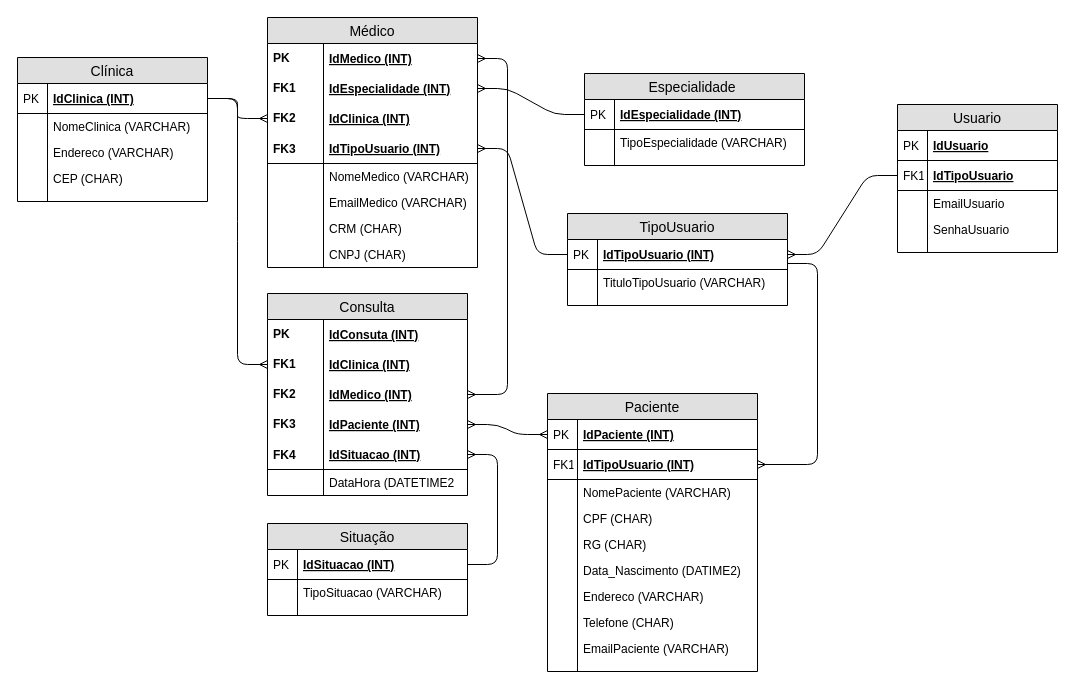
Above: page "Lógico" (2 of 2) of Modelagem/SPMed.drawio in Matheus-Nasci/SENAI_SPMedGroup_Sprint1-BD-Tarde-MatheusNascimento (draw.io), before the change. Source tidied: cells renumbered, new cells numbered last; positions are measured from the earlier drawing's top-left corner, leaving out a move shared by most shapes. Both pictures are drawn from the tidied source at 100%, with x=0, y=0 at pixel (17, 17).
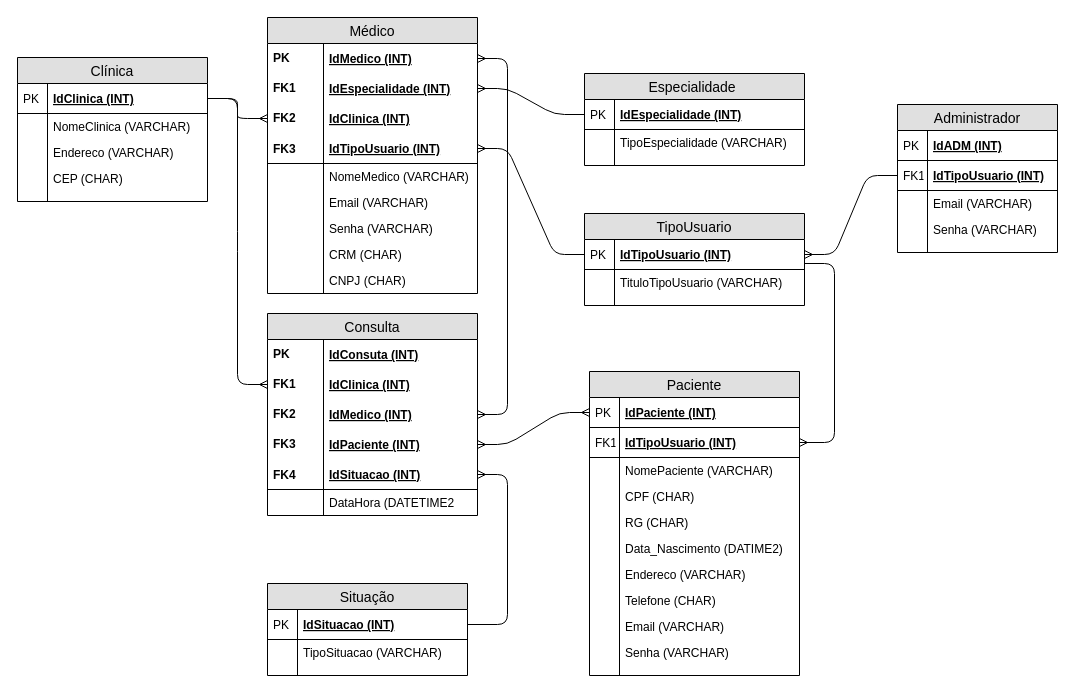
Above is the later version.

Unchanged cells that the change refers to:
```xml
<mxCell id="14" value="IdTipoUsuario (INT)" style="shape=partialRectangle;top=0;left=0;right=0;bottom=1;align=left;verticalAlign=middle;fillColor=none;spacingLeft=34;spacingRight=4;overflow=hidden;points=[[0,0.5],[1,0.5]];portConstraint=eastwest;fontStyle=5;fontSize=12;" parent="13" vertex="1">
  <mxGeometry y="26" width="220" height="30" as="geometry" />
</mxCell>
<mxCell id="23" value="IdTipoUsuario (INT)" style="shape=partialRectangle;top=0;left=0;right=0;bottom=1;align=left;verticalAlign=middle;fillColor=none;spacingLeft=34;spacingRight=4;overflow=hidden;points=[[0,0.5],[1,0.5]];portConstraint=eastwest;fontStyle=5;fontSize=12;" parent="20" vertex="1">
  <mxGeometry y="56" width="210" height="30" as="geometry" />
</mxCell>
```

The edit, as a diff of the source:
```diff
@@
     <mxCell id="13" value="TipoUsuario" style="swimlane;fontStyle=0;horizontal=1;startSize=26;fillColor=#e0e0e0;swimlaneFillColor=#ffffff;align=center;fontSize=14;" parent="1" vertex="1">
-      <mxGeometry x="550" y="196" width="220" height="92" as="geometry" />
+      <mxGeometry x="567" y="196" width="220" height="92" as="geometry" />
     </mxCell>
@@
     <mxCell id="20" value="Paciente" style="swimlane;fontStyle=0;horizontal=1;startSize=26;fillColor=#e0e0e0;swimlaneFillColor=#ffffff;align=center;fontSize=14;" parent="1" vertex="1">
-      <mxGeometry x="530" y="376" width="210" height="278" as="geometry" />
+      <mxGeometry x="572" y="354" width="210" height="304" as="geometry" />
     </mxCell>
@@
-    <mxCell id="37" value="EmailPaciente (VARCHAR)" style="shape=partialRectangle;top=0;left=0;right=0;bottom=0;align=left;verticalAlign=top;fillColor=none;spacingLeft=34;spacingRight=4;overflow=hidden;fontSize=12;" parent="20" vertex="1">
+    <mxCell id="37" value="Email (VARCHAR)" style="shape=partialRectangle;top=0;left=0;right=0;bottom=0;align=left;verticalAlign=top;fillColor=none;spacingLeft=34;spacingRight=4;overflow=hidden;fontSize=12;" parent="20" vertex="1">
       <mxGeometry y="242" width="210" height="26" as="geometry" />
     </mxCell>
@@
+    <mxCell id="105" value="Senha (VARCHAR)" style="shape=partialRectangle;top=0;left=0;right=0;bottom=0;align=left;verticalAlign=top;fillColor=none;spacingLeft=34;spacingRight=4;overflow=hidden;fontSize=12;" parent="20" vertex="1">
+      <mxGeometry y="268" width="210" height="26" as="geometry" />
+    </mxCell>
+    <mxCell id="106" style="shape=partialRectangle;top=0;left=0;bottom=0;fillColor=none;align=left;verticalAlign=top;spacingLeft=4;spacingRight=4;overflow=hidden;fontSize=12;" parent="105" vertex="1">
+      <mxGeometry width="30" height="26" as="geometry" />
+    </mxCell>
     <mxCell id="39" style="shape=partialRectangle;top=0;left=0;right=0;bottom=0;align=left;verticalAlign=top;fillColor=none;spacingLeft=34;spacingRight=4;overflow=hidden;fontSize=12;" parent="20" vertex="1">
-      <mxGeometry y="268" width="210" height="10" as="geometry" />
+      <mxGeometry y="294" width="210" height="10" as="geometry" />
     </mxCell>
@@
     <mxCell id="41" value="Médico" style="swimlane;fontStyle=0;horizontal=1;startSize=26;fillColor=#e0e0e0;swimlaneFillColor=#ffffff;align=center;fontSize=14;" parent="1" vertex="1">
-      <mxGeometry x="250" width="210" height="250" as="geometry" />
+      <mxGeometry x="250" width="210" height="276" as="geometry" />
     </mxCell>
@@
+    <mxCell id="107" value="Email (VARCHAR)" style="shape=partialRectangle;top=0;left=0;right=0;bottom=0;align=left;verticalAlign=top;fillColor=none;spacingLeft=60;spacingRight=4;overflow=hidden;fontSize=12;" parent="41" vertex="1">
+      <mxGeometry y="172" width="210" height="26" as="geometry" />
+    </mxCell>
+    <mxCell id="108" style="shape=partialRectangle;top=0;left=0;bottom=0;fillColor=none;align=left;verticalAlign=top;spacingLeft=4;spacingRight=4;overflow=hidden;fontSize=12;" parent="107" vertex="1">
+      <mxGeometry width="56" height="26" as="geometry" />
+    </mxCell>
-    <mxCell id="52" value="EmailMedico (VARCHAR)" style="shape=partialRectangle;top=0;left=0;right=0;bottom=0;align=left;verticalAlign=top;fillColor=none;spacingLeft=60;spacingRight=4;overflow=hidden;fontSize=12;" parent="41" vertex="1">
-      <mxGeometry y="172" width="210" height="26" as="geometry" />
+    <mxCell id="52" value="Senha (VARCHAR)" style="shape=partialRectangle;top=0;left=0;right=0;bottom=0;align=left;verticalAlign=top;fillColor=none;spacingLeft=60;spacingRight=4;overflow=hidden;fontSize=12;" parent="41" vertex="1">
+      <mxGeometry y="198" width="210" height="26" as="geometry" />
     </mxCell>
@@
     <mxCell id="54" value="CRM (CHAR)" style="shape=partialRectangle;top=0;left=0;right=0;bottom=0;align=left;verticalAlign=top;fillColor=none;spacingLeft=60;spacingRight=4;overflow=hidden;fontSize=12;" parent="41" vertex="1">
-      <mxGeometry y="198" width="210" height="26" as="geometry" />
+      <mxGeometry y="224" width="210" height="26" as="geometry" />
     </mxCell>
@@
     <mxCell id="56" value="CNPJ (CHAR)" style="shape=partialRectangle;top=0;left=0;right=0;bottom=0;align=left;verticalAlign=top;fillColor=none;spacingLeft=60;spacingRight=4;overflow=hidden;fontSize=12;" parent="41" vertex="1">
-      <mxGeometry y="224" width="210" height="26" as="geometry" />
+      <mxGeometry y="250" width="210" height="26" as="geometry" />
     </mxCell>
@@
     <mxCell id="58" value="Situação" style="swimlane;fontStyle=0;horizontal=1;startSize=26;fillColor=#e0e0e0;swimlaneFillColor=#ffffff;align=center;fontSize=14;" parent="1" vertex="1">
-      <mxGeometry x="250" y="506" width="200" height="92" as="geometry" />
+      <mxGeometry x="250" y="566" width="200" height="92" as="geometry" />
     </mxCell>
@@
     <mxCell id="72" value="Consulta" style="swimlane;fontStyle=0;horizontal=1;startSize=26;fillColor=#e0e0e0;swimlaneFillColor=#ffffff;align=center;fontSize=14;" parent="1" vertex="1">
-      <mxGeometry x="250" y="276" width="200" height="202" as="geometry" />
+      <mxGeometry x="250" y="296" width="210" height="202" as="geometry" />
     </mxCell>
     <mxCell id="73" value="IdConsuta (INT)" style="shape=partialRectangle;top=0;left=0;right=0;bottom=0;align=left;verticalAlign=middle;fillColor=none;spacingLeft=60;spacingRight=4;overflow=hidden;fontStyle=5;fontSize=12;" parent="72" vertex="1">
-      <mxGeometry y="26" width="200" height="30" as="geometry" />
+      <mxGeometry y="26" width="210" height="30" as="geometry" />
     </mxCell>
@@
     <mxCell id="75" value="IdClinica (INT)" style="shape=partialRectangle;top=0;left=0;right=0;bottom=0;align=left;verticalAlign=middle;fillColor=none;spacingLeft=60;spacingRight=4;overflow=hidden;points=[[0,0.5],[1,0.5]];portConstraint=eastwest;fontStyle=5;fontSize=12;" parent="72" vertex="1">
-      <mxGeometry y="56" width="200" height="30" as="geometry" />
+      <mxGeometry y="56" width="210" height="30" as="geometry" />
     </mxCell>
@@
     <mxCell id="77" value="IdMedico (INT)" style="shape=partialRectangle;top=0;left=0;right=0;bottom=0;align=left;verticalAlign=middle;fillColor=none;spacingLeft=60;spacingRight=4;overflow=hidden;points=[[0,0.5],[1,0.5]];portConstraint=eastwest;fontStyle=5;fontSize=12;" parent="72" vertex="1">
-      <mxGeometry y="86" width="200" height="30" as="geometry" />
+      <mxGeometry y="86" width="210" height="30" as="geometry" />
     </mxCell>
@@
     <mxCell id="79" value="IdPaciente (INT)" style="shape=partialRectangle;top=0;left=0;right=0;bottom=0;align=left;verticalAlign=middle;fillColor=none;spacingLeft=60;spacingRight=4;overflow=hidden;points=[[0,0.5],[1,0.5]];portConstraint=eastwest;fontStyle=5;fontSize=12;" parent="72" vertex="1">
-      <mxGeometry y="116" width="200" height="30" as="geometry" />
+      <mxGeometry y="116" width="210" height="30" as="geometry" />
     </mxCell>
@@
     <mxCell id="81" value="IdSituacao (INT)" style="shape=partialRectangle;top=0;left=0;right=0;bottom=1;align=left;verticalAlign=middle;fillColor=none;spacingLeft=60;spacingRight=4;overflow=hidden;points=[[0,0.5],[1,0.5]];portConstraint=eastwest;fontStyle=5;fontSize=12;" parent="72" vertex="1">
-      <mxGeometry y="146" width="200" height="30" as="geometry" />
+      <mxGeometry y="146" width="210" height="30" as="geometry" />
     </mxCell>
@@
     <mxCell id="83" value="DataHora (DATETIME2" style="shape=partialRectangle;top=0;left=0;right=0;bottom=0;align=left;verticalAlign=top;fillColor=none;spacingLeft=60;spacingRight=4;overflow=hidden;fontSize=12;" parent="72" vertex="1">
-      <mxGeometry y="176" width="200" height="26" as="geometry" />
+      <mxGeometry y="176" width="210" height="26" as="geometry" />
     </mxCell>
@@
     <mxCell id="88" style="edgeStyle=entityRelationEdgeStyle;fontSize=12;html=1;endArrow=ERmany;" parent="1" edge="1" target="23">
       <mxGeometry relative="1" as="geometry">
-        <mxPoint x="770" y="246" as="sourcePoint" />
+        <mxPoint x="787" y="246" as="sourcePoint" />
       </mxGeometry>
     </mxCell>
@@
-    <mxCell id="93" value="Usuario" style="swimlane;fontStyle=0;horizontal=1;startSize=26;fillColor=#e0e0e0;swimlaneFillColor=#ffffff;align=center;fontSize=14;" parent="1" vertex="1">
+    <mxCell id="93" value="Administrador" style="swimlane;fontStyle=0;horizontal=1;startSize=26;fillColor=#e0e0e0;swimlaneFillColor=#ffffff;align=center;fontSize=14;" parent="1" vertex="1">
       <mxGeometry x="880" y="87" width="160" height="148" as="geometry" />
     </mxCell>
+    <mxCell id="109" value="IdADM (INT)" style="shape=partialRectangle;top=0;left=0;right=0;bottom=1;align=left;verticalAlign=middle;fillColor=none;spacingLeft=34;spacingRight=4;overflow=hidden;fontStyle=5;fontSize=12;" parent="93" vertex="1">
+      <mxGeometry y="26" width="160" height="30" as="geometry" />
+    </mxCell>
+    <mxCell id="110" value="PK" style="shape=partialRectangle;top=0;left=0;bottom=0;fillColor=none;align=left;verticalAlign=middle;spacingLeft=4;spacingRight=4;overflow=hidden;fontSize=12;" parent="109" vertex="1">
+      <mxGeometry width="30" height="30" as="geometry" />
+    </mxCell>
-    <mxCell id="94" value="IdUsuario" style="shape=partialRectangle;top=0;left=0;right=0;bottom=1;align=left;verticalAlign=middle;fillColor=none;spacingLeft=34;spacingRight=4;overflow=hidden;points=[[0,0.5],[1,0.5]];portConstraint=eastwest;fontStyle=5;fontSize=12;" parent="93" vertex="1">
-      <mxGeometry y="26" width="160" height="30" as="geometry" />
+    <mxCell id="94" value="IdTipoUsuario (INT)" style="shape=partialRectangle;top=0;left=0;right=0;bottom=1;align=left;verticalAlign=middle;fillColor=none;spacingLeft=34;spacingRight=4;overflow=hidden;points=[[0,0.5],[1,0.5]];portConstraint=eastwest;fontStyle=5;fontSize=12;" parent="93" vertex="1">
+      <mxGeometry y="56" width="160" height="30" as="geometry" />
     </mxCell>
-    <mxCell id="95" value="PK" style="shape=partialRectangle;top=0;left=0;bottom=0;fillColor=none;align=left;verticalAlign=middle;spacingLeft=4;spacingRight=4;overflow=hidden;fontSize=12;" parent="94" vertex="1">
+    <mxCell id="95" value="FK1" style="shape=partialRectangle;top=0;left=0;bottom=0;fillColor=none;align=left;verticalAlign=middle;spacingLeft=4;spacingRight=4;overflow=hidden;fontSize=12;" parent="94" vertex="1">
       <mxGeometry width="30" height="30" as="geometry" />
     </mxCell>
-    <mxCell id="96" value="IdTipoUsuario" style="shape=partialRectangle;top=0;left=0;right=0;bottom=1;align=left;verticalAlign=middle;fillColor=none;spacingLeft=34;spacingRight=4;overflow=hidden;points=[[0,0.5],[1,0.5]];portConstraint=eastwest;fontStyle=5;fontSize=12;" parent="93" vertex="1">
-      <mxGeometry y="56" width="160" height="30" as="geometry" />
-    </mxCell>
-    <mxCell id="97" value="FK1" style="shape=partialRectangle;top=0;left=0;bottom=0;fillColor=none;align=left;verticalAlign=middle;spacingLeft=4;spacingRight=4;overflow=hidden;fontSize=12;" parent="96" vertex="1">
-      <mxGeometry width="30" height="30" as="geometry" />
-    </mxCell>
-    <mxCell id="98" value="EmailUsuario" style="shape=partialRectangle;top=0;left=0;right=0;bottom=0;align=left;verticalAlign=top;fillColor=none;spacingLeft=34;spacingRight=4;overflow=hidden;fontSize=12;" parent="93" vertex="1">
+    <mxCell id="98" value="Email (VARCHAR)" style="shape=partialRectangle;top=0;left=0;right=0;bottom=0;align=left;verticalAlign=top;fillColor=none;spacingLeft=34;spacingRight=4;overflow=hidden;fontSize=12;" parent="93" vertex="1">
       <mxGeometry y="86" width="160" height="26" as="geometry" />
     </mxCell>
@@
-    <mxCell id="100" value="SenhaUsuario" style="shape=partialRectangle;top=0;left=0;right=0;bottom=0;align=left;verticalAlign=top;fillColor=none;spacingLeft=34;spacingRight=4;overflow=hidden;fontSize=12;" parent="93" vertex="1">
+    <mxCell id="100" value="Senha (VARCHAR)" style="shape=partialRectangle;top=0;left=0;right=0;bottom=0;align=left;verticalAlign=top;fillColor=none;spacingLeft=34;spacingRight=4;overflow=hidden;fontSize=12;" parent="93" vertex="1">
       <mxGeometry y="112" width="160" height="26" as="geometry" />
     </mxCell>
@@
-    <mxCell id="104" style="edgeStyle=entityRelationEdgeStyle;fontSize=12;html=1;endArrow=ERmany;" parent="1" edge="1" source="96" target="14">
+    <mxCell id="104" style="edgeStyle=entityRelationEdgeStyle;fontSize=12;html=1;endArrow=ERmany;" parent="1" edge="1" source="94" target="14">
       <mxGeometry relative="1" as="geometry" />
     </mxCell>
```
